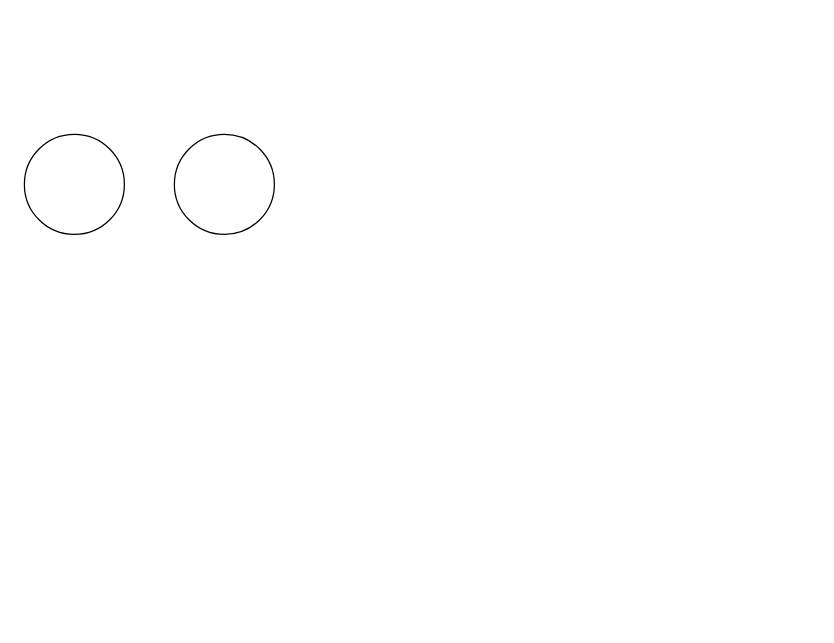
IvanGitHub45/DiagramasIo keeps this draw.io diagram as PiaDigital.drawio. Above is the earlier version. Source tidied: cells renumbered, new cells numbered last; positions are measured from the earlier drawing's top-left corner, leaving out a move shared by most shapes. Both pictures are drawn from the tidied source at 125%, with x=0, y=0 at pixel (24, 134).
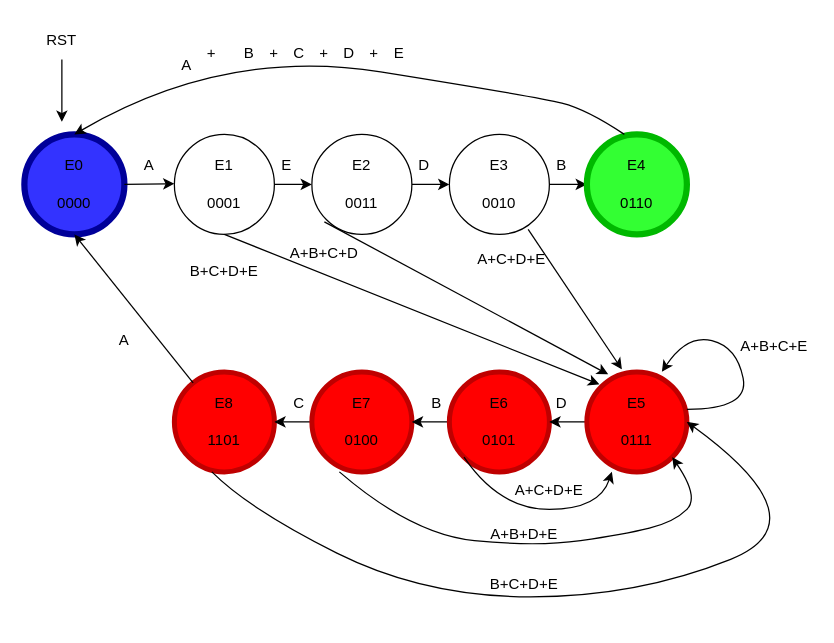
After the change.

The change refers to these unchanged cells:
```xml
<mxCell id="3" style="ellipse;whiteSpace=wrap;html=1;" parent="1" vertex="1">
  <mxGeometry x="120" width="80" height="80" as="geometry" />
</mxCell>
```

What changed in the source:
```diff
@@
-    <mxCell id="2" style="ellipse;whiteSpace=wrap;html=1;" parent="1" vertex="1">
+    <mxCell id="2" style="ellipse;whiteSpace=wrap;html=1;fillColor=#3333FF;strokeColor=#000099;fontColor=#ffffff;strokeWidth=5;" parent="1" vertex="1">
       <mxGeometry width="80" height="80" as="geometry" />
     </mxCell>
+    <mxCell id="4" style="edgeStyle=orthogonalEdgeStyle;rounded=0;jettySize=auto;html=1;" parent="1" edge="1" source="3" target="6">
+      <mxGeometry relative="1" as="geometry" />
+    </mxCell>
@@
+    <mxCell id="5" style="edgeStyle=orthogonalEdgeStyle;rounded=0;jettySize=auto;html=1;" parent="1" edge="1" source="6" target="8">
+      <mxGeometry relative="1" as="geometry" />
+    </mxCell>
+    <mxCell id="6" style="ellipse;whiteSpace=wrap;html=1;" parent="1" vertex="1">
+      <mxGeometry x="230" width="80" height="80" as="geometry" />
+    </mxCell>
+    <mxCell id="7" style="edgeStyle=orthogonalEdgeStyle;rounded=0;jettySize=auto;html=1;" parent="1" edge="1" source="8" target="9">
+      <mxGeometry relative="1" as="geometry" />
+    </mxCell>
+    <mxCell id="8" style="ellipse;whiteSpace=wrap;html=1;" parent="1" vertex="1">
+      <mxGeometry x="340" width="80" height="80" as="geometry" />
+    </mxCell>
+    <mxCell id="9" style="ellipse;whiteSpace=wrap;html=1;strokeColor=#00B800;strokeWidth=5;fillColor=#33FF33;" parent="1" vertex="1">
+      <mxGeometry x="450" width="80" height="80" as="geometry" />
+    </mxCell>
+    <mxCell id="10" style="ellipse;whiteSpace=wrap;html=1;fillColor=#FF0000;strokeColor=#BF0000;strokeWidth=4;" parent="1" vertex="1">
+      <mxGeometry x="120" y="190" width="80" height="80" as="geometry" />
+    </mxCell>
+    <mxCell id="11" style="edgeStyle=orthogonalEdgeStyle;rounded=0;jettySize=auto;html=1;" parent="1" edge="1" source="12" target="10">
+      <mxGeometry relative="1" as="geometry" />
+    </mxCell>
+    <mxCell id="12" style="ellipse;whiteSpace=wrap;html=1;fillColor=#FF0000;strokeColor=#BF0000;strokeWidth=4;" parent="1" vertex="1">
+      <mxGeometry x="230" y="190" width="80" height="80" as="geometry" />
+    </mxCell>
+    <mxCell id="13" style="edgeStyle=orthogonalEdgeStyle;rounded=0;jettySize=auto;html=1;" parent="1" edge="1" source="14" target="12">
+      <mxGeometry relative="1" as="geometry" />
+    </mxCell>
+    <mxCell id="14" style="ellipse;whiteSpace=wrap;html=1;fillColor=#FF0000;strokeColor=#BF0000;strokeWidth=4;" parent="1" vertex="1">
+      <mxGeometry x="340" y="190" width="80" height="80" as="geometry" />
+    </mxCell>
+    <mxCell id="15" style="edgeStyle=orthogonalEdgeStyle;rounded=0;jettySize=auto;html=1;" parent="1" edge="1" source="16" target="14">
+      <mxGeometry relative="1" as="geometry" />
+    </mxCell>
+    <mxCell id="16" style="ellipse;whiteSpace=wrap;html=1;fillColor=#FF0000;strokeColor=#BF0000;strokeWidth=4;" parent="1" vertex="1">
+      <mxGeometry x="450" y="190" width="80" height="80" as="geometry" />
+    </mxCell>
+    <mxCell id="17" style="endArrow=classic;html=1;rounded=0;" parent="1" edge="1">
+      <mxGeometry relative="1" as="geometry">
+        <mxPoint x="80" y="40" as="sourcePoint" />
+        <mxPoint x="120" y="39.5" as="targetPoint" />
+      </mxGeometry>
+    </mxCell>
+    <mxCell id="18" value="E0" style="text;html=1;strokeColor=none;fillColor=none;align=center;verticalAlign=middle;whiteSpace=wrap;rounded=0;" parent="1" vertex="1">
+      <mxGeometry x="10" y="10" width="60" height="30" as="geometry" />
+    </mxCell>
+    <mxCell id="19" value="E1" style="text;html=1;strokeColor=none;fillColor=none;align=center;verticalAlign=middle;whiteSpace=wrap;rounded=0;" parent="1" vertex="1">
+      <mxGeometry x="130" y="10" width="60" height="30" as="geometry" />
+    </mxCell>
+    <mxCell id="20" value="E2" style="text;html=1;strokeColor=none;fillColor=none;align=center;verticalAlign=middle;whiteSpace=wrap;rounded=0;" parent="1" vertex="1">
+      <mxGeometry x="240" y="10" width="60" height="30" as="geometry" />
+    </mxCell>
+    <mxCell id="21" value="E3" style="text;html=1;strokeColor=none;fillColor=none;align=center;verticalAlign=middle;whiteSpace=wrap;rounded=0;" parent="1" vertex="1">
+      <mxGeometry x="350" y="10" width="60" height="30" as="geometry" />
+    </mxCell>
+    <mxCell id="22" value="E4" style="text;html=1;strokeColor=none;fillColor=none;align=center;verticalAlign=middle;whiteSpace=wrap;rounded=0;" parent="1" vertex="1">
+      <mxGeometry x="460" y="10" width="60" height="30" as="geometry" />
+    </mxCell>
+    <mxCell id="23" value="E5" style="text;html=1;strokeColor=none;fillColor=none;align=center;verticalAlign=middle;whiteSpace=wrap;rounded=0;" parent="1" vertex="1">
+      <mxGeometry x="460" y="200" width="60" height="30" as="geometry" />
+    </mxCell>
+    <mxCell id="24" value="E6" style="text;html=1;strokeColor=none;fillColor=none;align=center;verticalAlign=middle;whiteSpace=wrap;rounded=0;" parent="1" vertex="1">
+      <mxGeometry x="350" y="200" width="60" height="30" as="geometry" />
+    </mxCell>
+    <mxCell id="25" value="E7" style="text;html=1;strokeColor=none;fillColor=none;align=center;verticalAlign=middle;whiteSpace=wrap;rounded=0;" parent="1" vertex="1">
+      <mxGeometry x="240" y="200" width="60" height="30" as="geometry" />
+    </mxCell>
+    <mxCell id="26" value="E8" style="text;html=1;strokeColor=none;fillColor=none;align=center;verticalAlign=middle;whiteSpace=wrap;rounded=0;" parent="1" vertex="1">
+      <mxGeometry x="130" y="200" width="60" height="30" as="geometry" />
+    </mxCell>
+    <mxCell id="27" value="0000" style="text;html=1;strokeColor=none;fillColor=none;align=center;verticalAlign=middle;whiteSpace=wrap;rounded=0;" parent="1" vertex="1">
+      <mxGeometry x="10" y="40" width="60" height="30" as="geometry" />
+    </mxCell>
+    <mxCell id="28" value="0001" style="text;html=1;strokeColor=none;fillColor=none;align=center;verticalAlign=middle;whiteSpace=wrap;rounded=0;" parent="1" vertex="1">
+      <mxGeometry x="130" y="40" width="60" height="30" as="geometry" />
+    </mxCell>
+    <mxCell id="29" value="0011" style="text;html=1;strokeColor=none;fillColor=none;align=center;verticalAlign=middle;whiteSpace=wrap;rounded=0;" parent="1" vertex="1">
+      <mxGeometry x="240" y="40" width="60" height="30" as="geometry" />
+    </mxCell>
+    <mxCell id="30" value="0010" style="text;html=1;strokeColor=none;fillColor=none;align=center;verticalAlign=middle;whiteSpace=wrap;rounded=0;" parent="1" vertex="1">
+      <mxGeometry x="350" y="40" width="60" height="30" as="geometry" />
+    </mxCell>
+    <mxCell id="31" value="0110" style="text;html=1;strokeColor=none;fillColor=none;align=center;verticalAlign=middle;whiteSpace=wrap;rounded=0;" parent="1" vertex="1">
+      <mxGeometry x="460" y="40" width="60" height="30" as="geometry" />
+    </mxCell>
+    <mxCell id="32" value="1101" style="text;html=1;strokeColor=none;fillColor=none;align=center;verticalAlign=middle;whiteSpace=wrap;rounded=0;" parent="1" vertex="1">
+      <mxGeometry x="130" y="230" width="60" height="30" as="geometry" />
+    </mxCell>
+    <mxCell id="33" value="0100" style="text;html=1;strokeColor=none;fillColor=none;align=center;verticalAlign=middle;whiteSpace=wrap;rounded=0;" parent="1" vertex="1">
+      <mxGeometry x="240" y="230" width="60" height="30" as="geometry" />
+    </mxCell>
+    <mxCell id="34" value="0101" style="text;html=1;strokeColor=none;fillColor=none;align=center;verticalAlign=middle;whiteSpace=wrap;rounded=0;" parent="1" vertex="1">
+      <mxGeometry x="350" y="230" width="60" height="30" as="geometry" />
+    </mxCell>
+    <mxCell id="35" value="0111" style="text;html=1;strokeColor=none;fillColor=none;align=center;verticalAlign=middle;whiteSpace=wrap;rounded=0;" parent="1" vertex="1">
+      <mxGeometry x="460" y="230" width="60" height="30" as="geometry" />
+    </mxCell>
+    <mxCell id="36" value="A" style="text;html=1;strokeColor=none;fillColor=none;align=center;verticalAlign=middle;whiteSpace=wrap;rounded=0;strokeWidth=4;" parent="1" vertex="1">
+      <mxGeometry x="70" y="10" width="60" height="30" as="geometry" />
+    </mxCell>
+    <mxCell id="37" value="E" style="text;html=1;strokeColor=none;fillColor=none;align=center;verticalAlign=middle;whiteSpace=wrap;rounded=0;strokeWidth=4;" parent="1" vertex="1">
+      <mxGeometry x="180" y="10" width="60" height="30" as="geometry" />
+    </mxCell>
+    <mxCell id="38" value="D" style="text;html=1;strokeColor=none;fillColor=none;align=center;verticalAlign=middle;whiteSpace=wrap;rounded=0;strokeWidth=4;" parent="1" vertex="1">
+      <mxGeometry x="290" y="10" width="60" height="30" as="geometry" />
+    </mxCell>
+    <mxCell id="39" value="B" style="text;html=1;strokeColor=none;fillColor=none;align=center;verticalAlign=middle;whiteSpace=wrap;rounded=0;strokeWidth=4;" parent="1" vertex="1">
+      <mxGeometry x="400" y="10" width="60" height="30" as="geometry" />
+    </mxCell>
+    <mxCell id="40" style="endArrow=classic;html=1;rounded=0;entryX=0.5;entryY=1;entryDx=0;entryDy=0;" parent="1" edge="1" source="10" target="2">
+      <mxGeometry relative="1" as="geometry" />
+    </mxCell>
+    <mxCell id="41" style="curved=1;endArrow=classic;html=1;rounded=0;entryX=0.5;entryY=0;entryDx=0;entryDy=0;" parent="1" edge="1" target="2">
+      <mxGeometry relative="1" as="geometry">
+        <mxPoint x="480" as="sourcePoint" />
+        <Array as="points">
+          <mxPoint x="450" y="-20" />
+          <mxPoint x="410" y="-30" />
+          <mxPoint x="160" y="-70" />
+        </Array>
+      </mxGeometry>
+    </mxCell>
+    <mxCell id="42" value="A" style="text;html=1;strokeColor=none;fillColor=none;align=center;verticalAlign=middle;whiteSpace=wrap;rounded=0;strokeWidth=4;" parent="1" vertex="1">
+      <mxGeometry x="100" y="-70" width="60" height="30" as="geometry" />
+    </mxCell>
+    <mxCell id="43" value="B" style="text;html=1;strokeColor=none;fillColor=none;align=center;verticalAlign=middle;whiteSpace=wrap;rounded=0;strokeWidth=4;" parent="1" vertex="1">
+      <mxGeometry x="150" y="-80" width="60" height="30" as="geometry" />
+    </mxCell>
+    <mxCell id="44" value="C" style="text;html=1;strokeColor=none;fillColor=none;align=center;verticalAlign=middle;whiteSpace=wrap;rounded=0;strokeWidth=4;" parent="1" vertex="1">
+      <mxGeometry x="190" y="-80" width="60" height="30" as="geometry" />
+    </mxCell>
+    <mxCell id="45" value="D" style="text;html=1;strokeColor=none;fillColor=none;align=center;verticalAlign=middle;whiteSpace=wrap;rounded=0;strokeWidth=4;" parent="1" vertex="1">
+      <mxGeometry x="230" y="-80" width="60" height="30" as="geometry" />
+    </mxCell>
+    <mxCell id="46" value="E" style="text;html=1;strokeColor=none;fillColor=none;align=center;verticalAlign=middle;whiteSpace=wrap;rounded=0;strokeWidth=4;" parent="1" vertex="1">
+      <mxGeometry x="270" y="-80" width="60" height="30" as="geometry" />
+    </mxCell>
+    <mxCell id="47" value="+" style="text;html=1;strokeColor=none;fillColor=none;align=center;verticalAlign=middle;whiteSpace=wrap;rounded=0;strokeWidth=4;" parent="1" vertex="1">
+      <mxGeometry x="120" y="-80" width="60" height="30" as="geometry" />
+    </mxCell>
+    <mxCell id="48" value="+" style="text;html=1;strokeColor=none;fillColor=none;align=center;verticalAlign=middle;whiteSpace=wrap;rounded=0;strokeWidth=4;" parent="1" vertex="1">
+      <mxGeometry x="170" y="-80" width="60" height="30" as="geometry" />
+    </mxCell>
+    <mxCell id="49" value="+" style="text;html=1;strokeColor=none;fillColor=none;align=center;verticalAlign=middle;whiteSpace=wrap;rounded=0;strokeWidth=4;" parent="1" vertex="1">
+      <mxGeometry x="210" y="-80" width="60" height="30" as="geometry" />
+    </mxCell>
+    <mxCell id="50" value="+" style="text;html=1;strokeColor=none;fillColor=none;align=center;verticalAlign=middle;whiteSpace=wrap;rounded=0;strokeWidth=4;" parent="1" vertex="1">
+      <mxGeometry x="250" y="-80" width="60" height="30" as="geometry" />
+    </mxCell>
+    <mxCell id="51" style="endArrow=classic;html=1;rounded=0;entryX=0;entryY=0;entryDx=0;entryDy=0;exitX=0.5;exitY=1;exitDx=0;exitDy=0;" parent="1" edge="1" source="3" target="23">
+      <mxGeometry relative="1" as="geometry" />
+    </mxCell>
+    <mxCell id="52" style="endArrow=classic;html=1;rounded=0;entryX=0.213;entryY=0.025;entryDx=0;entryDy=0;entryPerimeter=0;exitX=0;exitY=1;exitDx=0;exitDy=0;" parent="1" edge="1" source="29" target="16">
+      <mxGeometry relative="1" as="geometry" />
+    </mxCell>
+    <mxCell id="53" style="endArrow=classic;html=1;rounded=0;exitX=0.788;exitY=0.95;exitDx=0;exitDy=0;exitPerimeter=0;entryX=0.35;entryY=-0.025;entryDx=0;entryDy=0;entryPerimeter=0;" parent="1" edge="1" source="8" target="16">
+      <mxGeometry relative="1" as="geometry" />
+    </mxCell>
+    <mxCell id="54" style="curved=1;endArrow=classic;html=1;rounded=0;exitX=0;exitY=1;exitDx=0;exitDy=0;entryX=0.25;entryY=1;entryDx=0;entryDy=0;entryPerimeter=0;" parent="1" edge="1" source="14" target="16">
+      <mxGeometry relative="1" as="geometry">
+        <Array as="points">
+          <mxPoint x="380" y="300" />
+          <mxPoint x="460" y="300" />
+        </Array>
+      </mxGeometry>
+    </mxCell>
+    <mxCell id="55" style="curved=1;endArrow=classic;html=1;rounded=0;exitX=0.275;exitY=1;exitDx=0;exitDy=0;exitPerimeter=0;entryX=1;entryY=1;entryDx=0;entryDy=0;" parent="1" edge="1" source="12" target="16">
+      <mxGeometry relative="1" as="geometry">
+        <Array as="points">
+          <mxPoint x="310" y="320" />
+          <mxPoint x="410" y="330" />
+          <mxPoint x="480" y="320" />
+          <mxPoint x="520" y="310" />
+          <mxPoint x="540" y="290" />
+        </Array>
+      </mxGeometry>
+    </mxCell>
+    <mxCell id="56" style="curved=1;endArrow=classic;html=1;rounded=0;exitX=0.375;exitY=1;exitDx=0;exitDy=0;exitPerimeter=0;entryX=1;entryY=0.5;entryDx=0;entryDy=0;" parent="1" edge="1" source="10" target="16">
+      <mxGeometry relative="1" as="geometry">
+        <Array as="points">
+          <mxPoint x="180" y="300" />
+          <mxPoint x="320" y="370" />
+          <mxPoint x="490" y="370" />
+          <mxPoint x="640" y="310" />
+        </Array>
+      </mxGeometry>
+    </mxCell>
+    <mxCell id="57" style="endArrow=classic;html=1;rounded=0;" parent="1" edge="1">
+      <mxGeometry relative="1" as="geometry">
+        <mxPoint x="30" y="-60" as="sourcePoint" />
+        <mxPoint x="30" y="-10" as="targetPoint" />
+      </mxGeometry>
+    </mxCell>
+    <mxCell id="58" value="RST" style="text;html=1;strokeColor=none;fillColor=none;align=center;verticalAlign=middle;whiteSpace=wrap;rounded=0;strokeWidth=4;" parent="1" vertex="1">
+      <mxGeometry y="-90" width="60" height="30" as="geometry" />
+    </mxCell>
+    <mxCell id="59" value="B+C+D+E" style="text;html=1;strokeColor=none;fillColor=none;align=center;verticalAlign=middle;whiteSpace=wrap;rounded=0;strokeWidth=4;rotation=0;" parent="1" vertex="1">
+      <mxGeometry x="130" y="80" width="60" height="60" as="geometry" />
+    </mxCell>
+    <mxCell id="60" value="A+B+C+D" style="text;html=1;strokeColor=none;fillColor=none;align=center;verticalAlign=middle;whiteSpace=wrap;rounded=0;strokeWidth=4;rotation=0;" parent="1" vertex="1">
+      <mxGeometry x="210" y="80" width="60" height="30" as="geometry" />
+    </mxCell>
+    <mxCell id="61" value="A+C+D+E" style="text;html=1;strokeColor=none;fillColor=none;align=center;verticalAlign=middle;whiteSpace=wrap;rounded=0;strokeWidth=4;rotation=0;" parent="1" vertex="1">
+      <mxGeometry x="360" y="70" width="60" height="60" as="geometry" />
+    </mxCell>
+    <mxCell id="62" value="A+B+C+E" style="text;html=1;strokeColor=none;fillColor=none;align=center;verticalAlign=middle;whiteSpace=wrap;rounded=0;strokeWidth=4;rotation=0;" parent="1" vertex="1">
+      <mxGeometry x="570" y="140" width="60" height="60" as="geometry" />
+    </mxCell>
+    <mxCell id="63" value="A+C+D+E" style="text;html=1;strokeColor=none;fillColor=none;align=center;verticalAlign=middle;whiteSpace=wrap;rounded=0;strokeWidth=4;rotation=0;" parent="1" vertex="1">
+      <mxGeometry x="390" y="250" width="60" height="70" as="geometry" />
+    </mxCell>
+    <mxCell id="64" value="B+C+D+E" style="text;html=1;strokeColor=none;fillColor=none;align=center;verticalAlign=middle;whiteSpace=wrap;rounded=0;strokeWidth=4;rotation=0;" parent="1" vertex="1">
+      <mxGeometry x="370" y="330" width="60" height="60" as="geometry" />
+    </mxCell>
+    <mxCell id="65" style="curved=1;endArrow=classic;html=1;rounded=0;entryX=0.75;entryY=0;entryDx=0;entryDy=0;entryPerimeter=0;" parent="1" edge="1" target="16">
+      <mxGeometry relative="1" as="geometry">
+        <mxPoint x="530" y="220" as="sourcePoint" />
+        <Array as="points">
+          <mxPoint x="580" y="220" />
+          <mxPoint x="570" y="170" />
+          <mxPoint x="530" y="160" />
+        </Array>
+      </mxGeometry>
+    </mxCell>
+    <mxCell id="66" value="A+B+D+E" style="text;html=1;strokeColor=none;fillColor=none;align=center;verticalAlign=middle;whiteSpace=wrap;rounded=0;strokeWidth=4;rotation=0;" parent="1" vertex="1">
+      <mxGeometry x="370" y="290" width="60" height="60" as="geometry" />
+    </mxCell>
+    <mxCell id="67" value="D" style="text;html=1;strokeColor=none;fillColor=none;align=center;verticalAlign=middle;whiteSpace=wrap;rounded=0;strokeWidth=4;" parent="1" vertex="1">
+      <mxGeometry x="400" y="200" width="60" height="30" as="geometry" />
+    </mxCell>
+    <mxCell id="68" value="B" style="text;html=1;strokeColor=none;fillColor=none;align=center;verticalAlign=middle;whiteSpace=wrap;rounded=0;strokeWidth=4;" parent="1" vertex="1">
+      <mxGeometry x="300" y="200" width="60" height="30" as="geometry" />
+    </mxCell>
+    <mxCell id="69" value="C" style="text;html=1;strokeColor=none;fillColor=none;align=center;verticalAlign=middle;whiteSpace=wrap;rounded=0;strokeWidth=4;" parent="1" vertex="1">
+      <mxGeometry x="190" y="200" width="60" height="30" as="geometry" />
+    </mxCell>
+    <mxCell id="70" value="A" style="text;html=1;strokeColor=none;fillColor=none;align=center;verticalAlign=middle;whiteSpace=wrap;rounded=0;strokeWidth=4;" parent="1" vertex="1">
+      <mxGeometry x="50" y="150" width="60" height="30" as="geometry" />
+    </mxCell>
```
